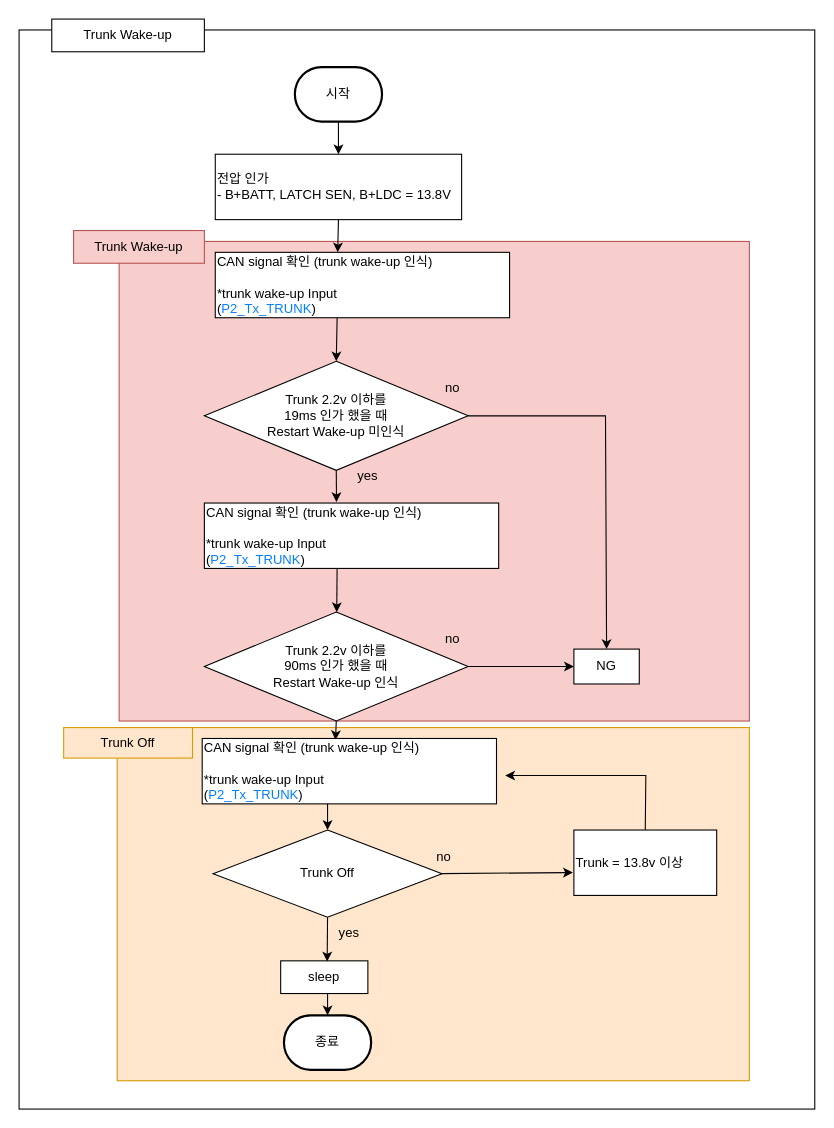
Before: Trunk Wake-up.drawio in chaeyoonl/state-transition-diagram-test, a draw.io diagram. Source tidied: cells renumbered, new cells numbered last; positions are measured from the earlier drawing's top-left corner, leaving out a move shared by most shapes. Both pictures are drawn from the tidied source at 109%, with x=0, y=0 at pixel (19, 19).
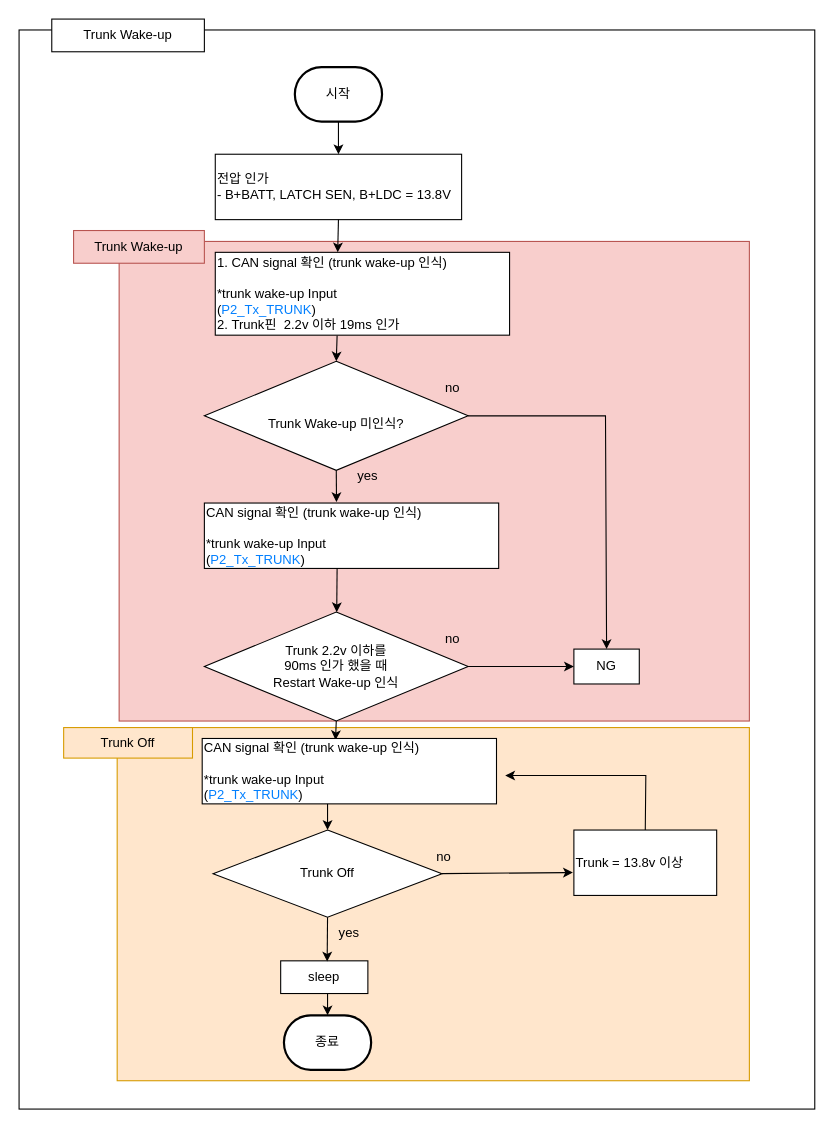
After the change.

What changed in the source:
```diff
@@
-    <mxCell id="8" value="Trunk 2.2v 이하를&lt;br&gt;19ms 인가 했을 때 &lt;br&gt;Restart Wake-up 미인식" style="rhombus;whiteSpace=wrap;html=1;" parent="1" vertex="1">
+    <mxCell id="8" value="&lt;br&gt;Trunk Wake-up 미인식?&lt;br&gt;" style="rhombus;whiteSpace=wrap;html=1;" parent="1" vertex="1">
       <mxGeometry x="170" y="314" width="242" height="100" as="geometry" />
     </mxCell>
@@
-    <mxCell id="14" value="CAN signal 확인 (trunk wake-up 인식)&lt;br style=&quot;border-color: var(--border-color);&quot;&gt;&lt;br style=&quot;border-color: var(--border-color);&quot;&gt;*trunk wake-up&amp;nbsp;Input&amp;nbsp;&lt;br style=&quot;border-color: var(--border-color);&quot;&gt;(&lt;font style=&quot;border-color: var(--border-color);&quot; color=&quot;#007fff&quot;&gt;P2_Tx_TRUNK&lt;/font&gt;)" style="rounded=0;whiteSpace=wrap;html=1;align=left;" parent="1" vertex="1">
-      <mxGeometry x="180" y="214" width="270" height="60" as="geometry" />
+    <mxCell id="14" value="1. CAN signal 확인 (trunk wake-up 인식)&lt;br style=&quot;border-color: var(--border-color);&quot;&gt;&lt;br style=&quot;border-color: var(--border-color);&quot;&gt;*trunk wake-up&amp;nbsp;Input&amp;nbsp;&lt;br style=&quot;border-color: var(--border-color);&quot;&gt;(&lt;font style=&quot;border-color: var(--border-color);&quot; color=&quot;#007fff&quot;&gt;P2_Tx_TRUNK&lt;/font&gt;)&lt;br&gt;2.&amp;nbsp;Trunk핀&amp;nbsp; 2.2v 이하&amp;nbsp;&lt;span style=&quot;text-align: center;&quot;&gt;19ms 인가&lt;/span&gt;" style="rounded=0;whiteSpace=wrap;html=1;align=left;" parent="1" vertex="1">
+      <mxGeometry x="180" y="214" width="270" height="76" as="geometry" />
     </mxCell>
```
